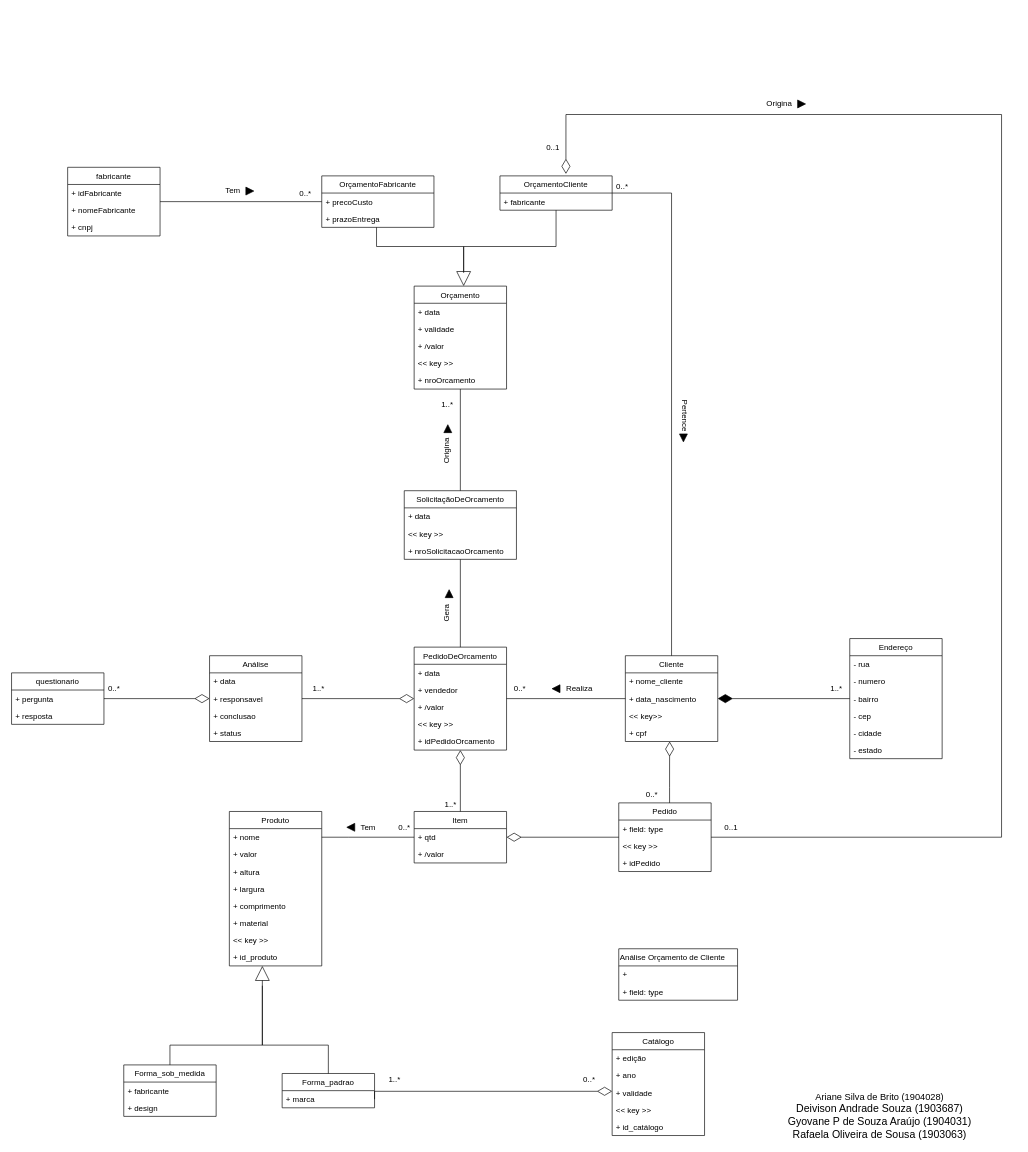
Above: Documentation/20 - Modelo Conceitual de Negócio (Um para cada Nó Operacional).drawio in Systematicos/FindingApp (draw.io), before the change. Source tidied: cells renumbered, new cells numbered last; positions are measured from the earlier drawing's top-left corner, leaving out a move shared by most shapes. Both pictures are drawn from the tidied source at 66%, with x=0, y=0 at pixel (11, 81).
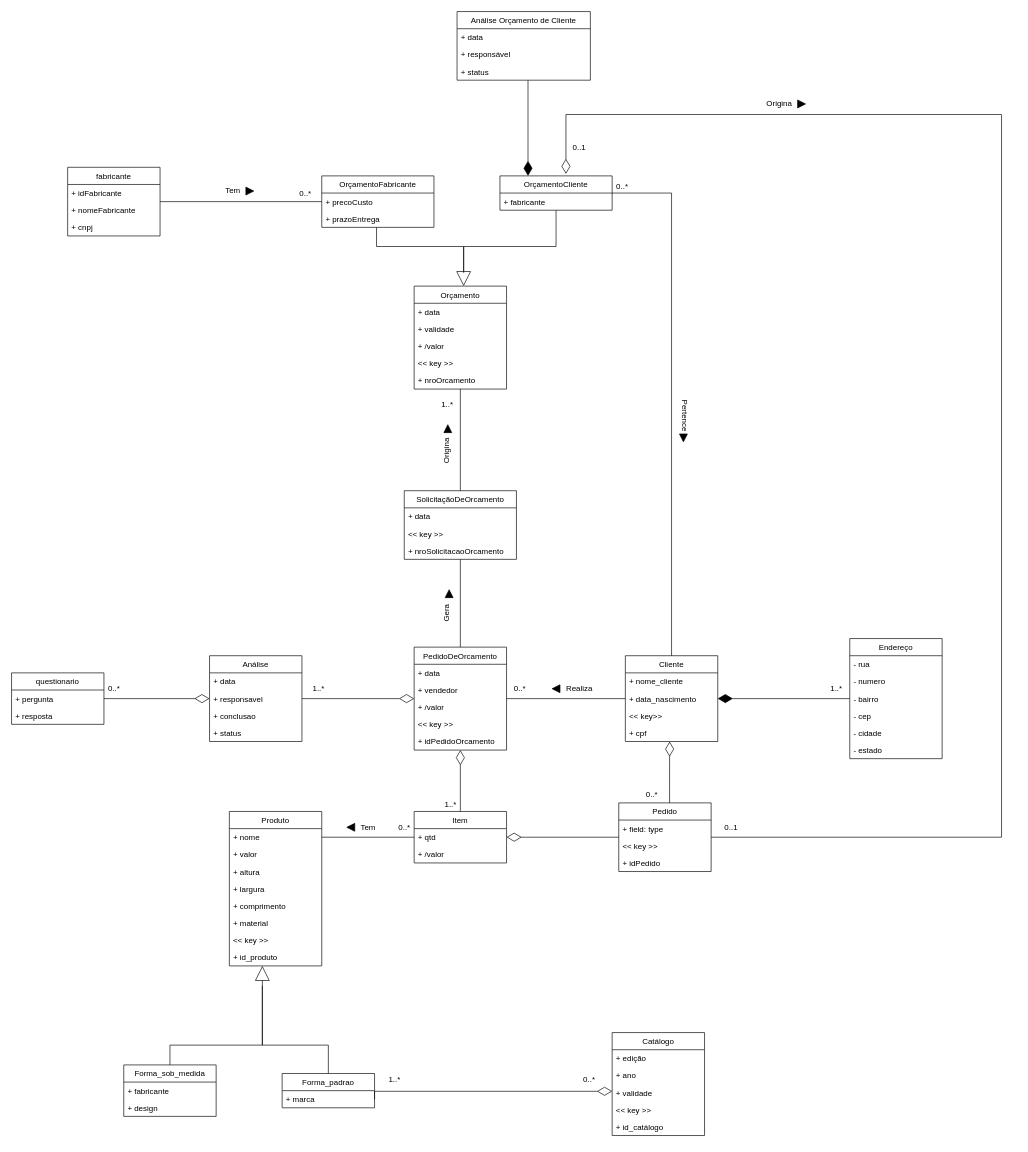
Above is the later version.

The change refers to these unchanged cells:
```xml
<mxCell id="73" value="OrçamentoCliente" style="swimlane;fontStyle=0;horizontal=1;startSize=26;fillColor=none;" parent="1" vertex="1">
  <mxGeometry x="740" y="143" width="170" height="52" as="geometry" />
</mxCell>
```

What changed in the source:
```diff
@@
-    <mxCell id="111" value="Análise Orçamento de Cliente" style="swimlane;fontStyle=0;horizontal=1;startSize=26;fillColor=none;align=left;" parent="1" vertex="1">
-      <mxGeometry x="920" y="1314" width="180" height="78" as="geometry" />
-    </mxCell>
-    <mxCell id="112" value="+ " style="text;strokeColor=none;fillColor=none;align=left;verticalAlign=top;spacingLeft=4;spacingRight=4;overflow=hidden;" parent="111" vertex="1">
-      <mxGeometry y="26" width="180" height="26" as="geometry" />
-    </mxCell>
-    <mxCell id="113" value="+ field: type" style="text;strokeColor=none;fillColor=none;align=left;verticalAlign=top;spacingLeft=4;spacingRight=4;overflow=hidden;" parent="111" vertex="1">
-      <mxGeometry y="52" width="180" height="26" as="geometry" />
-    </mxCell>
@@
     <mxCell id="125" value="0..1" style="text;html=1;align=center;verticalAlign=middle;" parent="1" vertex="1">
-      <mxGeometry x="800" y="90" width="40" height="20" as="geometry" />
+      <mxGeometry x="840" y="90" width="40" height="20" as="geometry" />
     </mxCell>
@@
-    <mxCell id="130" value="&lt;div&gt;&lt;font style=&quot;font-size: 14px&quot;&gt;Ariane Silva de Brito (1904028)&lt;/font&gt;&lt;/div&gt;&lt;div&gt;&lt;font size=&quot;3&quot;&gt;Deivison Andrade Souza (1903687)&lt;/font&gt;&lt;/div&gt;&lt;div&gt;&lt;font size=&quot;3&quot;&gt;Gyovane P de Souza Araújo (1904031)&lt;/font&gt;&lt;/div&gt;&lt;div&gt;&lt;font size=&quot;3&quot;&gt;Rafaela Oliveira de Sousa (1903063)&lt;/font&gt;&lt;/div&gt;" style="text;html=1;align=center;verticalAlign=middle;" parent="1" vertex="1">
-      <mxGeometry x="1170" y="1537" width="290" height="60" as="geometry" />
-    </mxCell>
+    <mxCell id="131" style="edgeStyle=orthogonalEdgeStyle;rounded=0;jettySize=auto;html=1;entryX=0.25;entryY=0;entryDx=0;entryDy=0;endArrow=diamondThin;endFill=1;endSize=20;startArrow=none;startFill=0;startSize=20;" parent="1" edge="1" source="111" target="73">
+      <mxGeometry relative="1" as="geometry">
+        <Array as="points">
+          <mxPoint x="783" y="85" />
+        </Array>
+      </mxGeometry>
+    </mxCell>
+    <mxCell id="111" value="Análise Orçamento de Cliente" style="swimlane;fontStyle=0;horizontal=1;startSize=26;fillColor=none;" parent="1" vertex="1">
+      <mxGeometry x="675" y="-106" width="202" height="104" as="geometry" />
+    </mxCell>
+    <mxCell id="132" value="+ data" style="text;strokeColor=none;fillColor=none;align=left;verticalAlign=top;spacingLeft=4;spacingRight=4;overflow=hidden;" parent="111" vertex="1">
+      <mxGeometry y="26" width="202" height="26" as="geometry" />
+    </mxCell>
+    <mxCell id="133" value="+ responsável " style="text;strokeColor=none;fillColor=none;align=left;verticalAlign=top;spacingLeft=4;spacingRight=4;overflow=hidden;" parent="111" vertex="1">
+      <mxGeometry y="52" width="202" height="26" as="geometry" />
+    </mxCell>
+    <mxCell id="134" value="+ status" style="text;strokeColor=none;fillColor=none;align=left;verticalAlign=top;spacingLeft=4;spacingRight=4;overflow=hidden;" parent="111" vertex="1">
+      <mxGeometry y="78" width="202" height="26" as="geometry" />
+    </mxCell>
```
